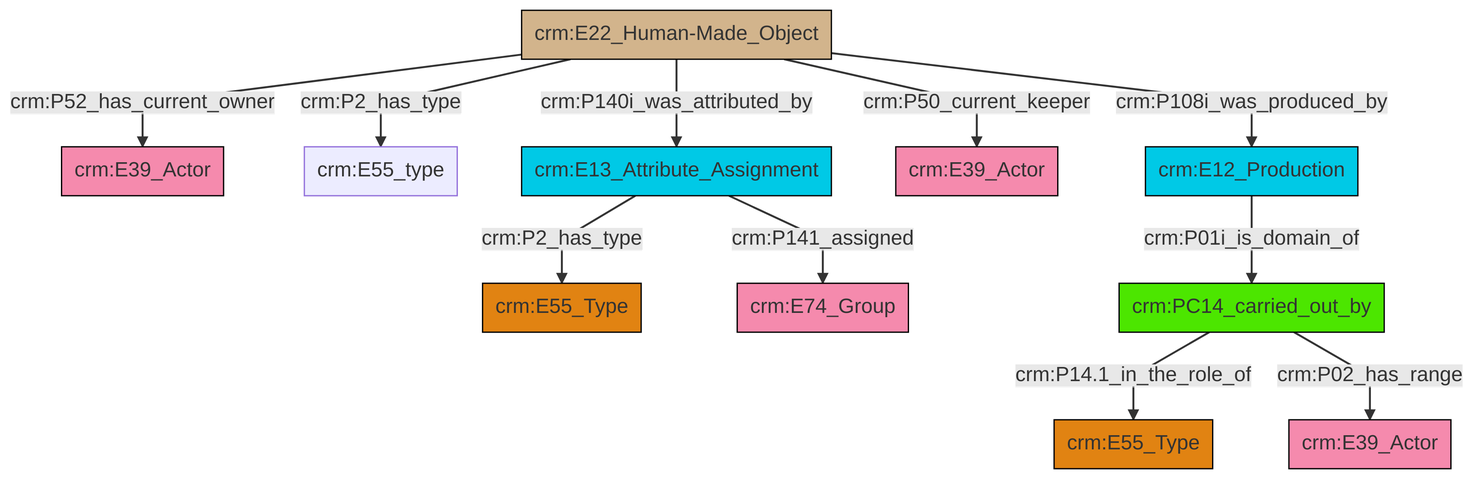
The Mermaid diagram et/artworkCSV/ttl/mmd/png/Artwork_Actor_Relations.png in swiss-art-research-net/reference-data-models, before a commit. Its source is kept beside it as et/artworkCSV/ttl/mmd/Artwork_Actor_Relations.ttl.mmd.
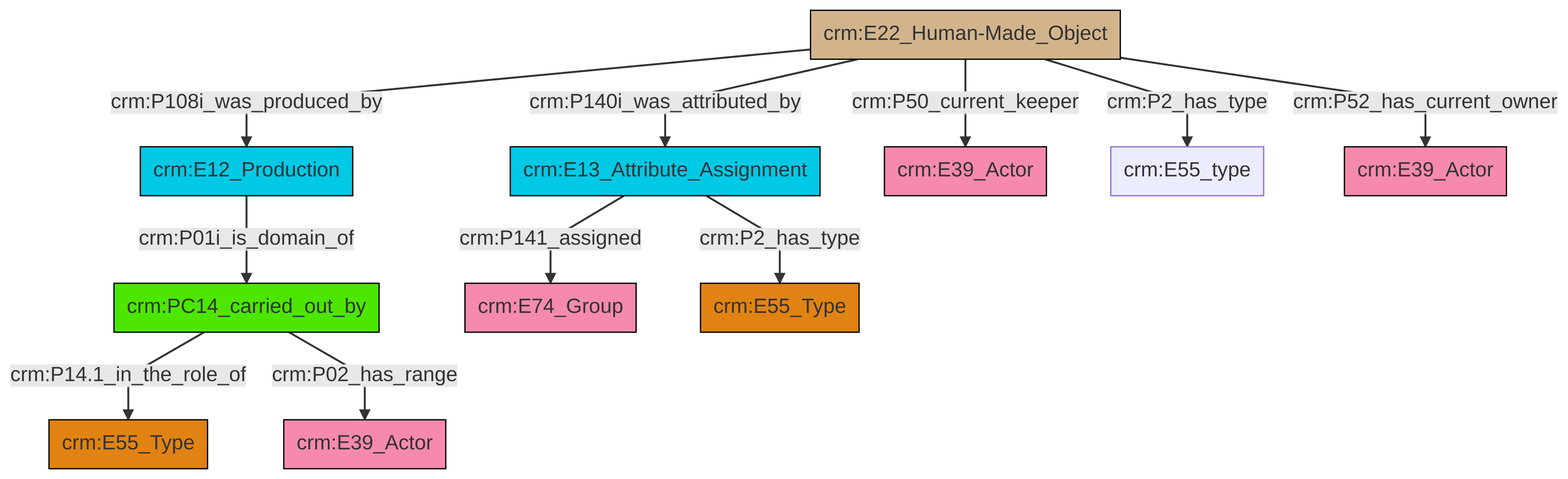
The same diagram one commit later.

What changed in the source:
```diff
@@ -13,13 +13,13 @@
 classDef PC_Classes fill:#4ce600, stroke:#000000;
 classDef Multi fill:#cccccc,stroke:#000000;
 
-2["crm:E22_Human-Made_Object"]:::Physical_Thing -->|crm:P52_has_current_owner| 3["crm:E39_Actor"]:::Actor
-2["crm:E22_Human-Made_Object"]:::Physical_Thing -->|crm:P2_has_type| 4["crm:E55_type"]:::Default
-9["crm:E13_Attribute_Assignment"]:::Temporal_Entity -->|crm:P2_has_type| 5["crm:E55_Type"]:::Type
-14["crm:E12_Production"]:::Temporal_Entity -->|crm:P01i_is_domain_of| 7["crm:PC14_carried_out_by"]:::PC_Classes
-7["crm:PC14_carried_out_by"]:::PC_Classes -->|crm:P14.1_in_the_role_of| 0["crm:E55_Type"]:::Type
-7["crm:PC14_carried_out_by"]:::PC_Classes -->|crm:P02_has_range| 18["crm:E39_Actor"]:::Actor
-2["crm:E22_Human-Made_Object"]:::Physical_Thing -->|crm:P140i_was_attributed_by| 9["crm:E13_Attribute_Assignment"]:::Temporal_Entity
-9["crm:E13_Attribute_Assignment"]:::Temporal_Entity -->|crm:P141_assigned| 11["crm:E74_Group"]:::Actor
-2["crm:E22_Human-Made_Object"]:::Physical_Thing -->|crm:P50_current_keeper| 15["crm:E39_Actor"]:::Actor
-2["crm:E22_Human-Made_Object"]:::Physical_Thing -->|crm:P108i_was_produced_by| 14["crm:E12_Production"]:::Temporal_Entity
+2["crm:E22_Human-Made_Object"]:::Physical_Thing -->|crm:P108i_was_produced_by| 3["crm:E12_Production"]:::Temporal_Entity
+4["crm:PC14_carried_out_by"]:::PC_Classes -->|crm:P14.1_in_the_role_of| 5["crm:E55_Type"]:::Type
+4["crm:PC14_carried_out_by"]:::PC_Classes -->|crm:P02_has_range| 0["crm:E39_Actor"]:::Actor
+2["crm:E22_Human-Made_Object"]:::Physical_Thing -->|crm:P2_has_type| 15["crm:E55_type"]:::Default
+3["crm:E12_Production"]:::Temporal_Entity -->|crm:P01i_is_domain_of| 4["crm:PC14_carried_out_by"]:::PC_Classes
+6["crm:E13_Attribute_Assignment"]:::Temporal_Entity -->|crm:P2_has_type| 13["crm:E55_Type"]:::Type
+6["crm:E13_Attribute_Assignment"]:::Temporal_Entity -->|crm:P141_assigned| 11["crm:E74_Group"]:::Actor
+2["crm:E22_Human-Made_Object"]:::Physical_Thing -->|crm:P50_current_keeper| 9["crm:E39_Actor"]:::Actor
+2["crm:E22_Human-Made_Object"]:::Physical_Thing -->|crm:P52_has_current_owner| 20["crm:E39_Actor"]:::Actor
+2["crm:E22_Human-Made_Object"]:::Physical_Thing -->|crm:P140i_was_attributed_by| 6["crm:E13_Attribute_Assignment"]:::Temporal_Entity
```
